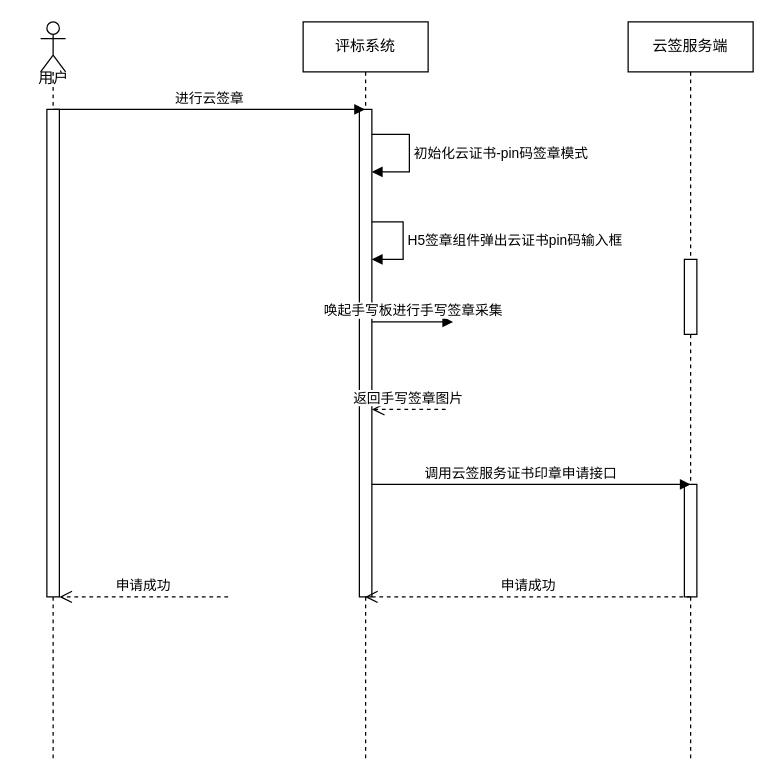
Earlier version of the draw.io diagram 云证书-pin码签章.drawio (ljhaust/studycode). Source tidied: cells renumbered, new cells numbered last; positions are measured from the earlier drawing's top-left corner, leaving out a move shared by most shapes. Both pictures are drawn from the tidied source at 125%, with x=0, y=0 at pixel (21, 21).
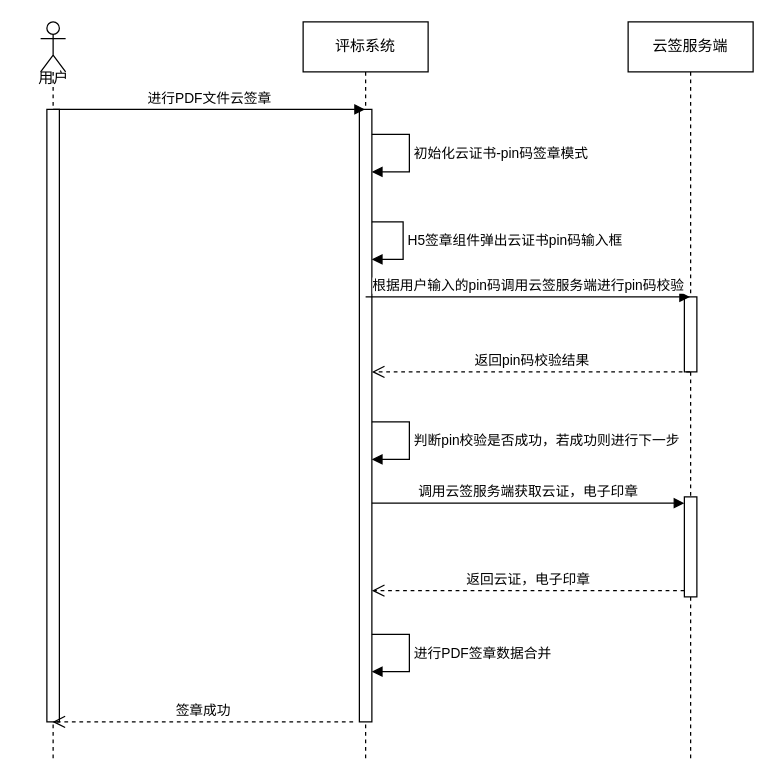
After the change.

Commit message (it also covers changes not shown here):
更新云证书-pin码签章.drawio

The change refers to these unchanged cells:
```xml
<mxCell id="2" value="评标系统" style="shape=umlLifeline;perimeter=lifelinePerimeter;whiteSpace=wrap;html=1;outlineConnect=0;portConstraint=eastwest;newEdgeStyle={&quot;edgeStyle&quot;:&quot;elbowEdgeStyle&quot;,&quot;elbow&quot;:&quot;vertical&quot;,&quot;curved&quot;:0,&quot;rounded&quot;:0};" parent="1" vertex="1">
  <mxGeometry x="225" width="100" height="590" as="geometry" />
</mxCell>
<mxCell id="6" value="云签服务端" style="shape=umlLifeline;perimeter=lifelinePerimeter;whiteSpace=wrap;html=1;outlineConnect=0;portConstraint=eastwest;newEdgeStyle={&quot;edgeStyle&quot;:&quot;elbowEdgeStyle&quot;,&quot;elbow&quot;:&quot;vertical&quot;,&quot;curved&quot;:0,&quot;rounded&quot;:0};" parent="1" vertex="1">
  <mxGeometry x="485" width="100" height="590" as="geometry" />
</mxCell>
<mxCell id="9" style="shape=umlLifeline;perimeter=lifelinePerimeter;whiteSpace=wrap;html=1;outlineConnect=0;portConstraint=eastwest;newEdgeStyle={&quot;edgeStyle&quot;:&quot;elbowEdgeStyle&quot;,&quot;elbow&quot;:&quot;vertical&quot;,&quot;curved&quot;:0,&quot;rounded&quot;:0};participant=umlActor;" parent="1" vertex="1">
  <mxGeometry x="15" width="20" height="590" as="geometry" />
</mxCell>
```

What changed in the source:
```diff
@@
     <mxCell id="3" style="html=1;points=[];perimeter=orthogonalPerimeter;outlineConnect=0;targetShapes=umlLifeline;portConstraint=eastwest;newEdgeStyle={&quot;edgeStyle&quot;:&quot;elbowEdgeStyle&quot;,&quot;elbow&quot;:&quot;vertical&quot;,&quot;curved&quot;:0,&quot;rounded&quot;:0};" parent="2" vertex="1">
-      <mxGeometry x="45" y="70" width="10" height="390" as="geometry" />
+      <mxGeometry x="45" y="70" width="10" height="490" as="geometry" />
     </mxCell>
@@
+    <mxCell id="18" value="判断pin校验是否成功，若成功则进行下一步" style="html=1;align=left;spacingLeft=2;endArrow=block;rounded=0;edgeStyle=orthogonalEdgeStyle;curved=0;rounded=0;" parent="2" edge="1">
+      <mxGeometry relative="1" as="geometry">
+        <mxPoint x="55" y="320" as="sourcePoint" />
+        <mxPoint x="55" y="350" as="targetPoint" />
+        <Array as="points">
+          <mxPoint x="85" y="350" />
+        </Array>
+      </mxGeometry>
+    </mxCell>
+    <mxCell id="19" value="进行PDF签章数据合并" style="html=1;align=left;spacingLeft=2;endArrow=block;rounded=0;edgeStyle=orthogonalEdgeStyle;curved=0;rounded=0;entryX=1;entryY=0.918;entryDx=0;entryDy=0;entryPerimeter=0;" parent="2" edge="1" target="3">
+      <mxGeometry relative="1" as="geometry">
+        <mxPoint x="55" y="490" as="sourcePoint" />
+        <Array as="points">
+          <mxPoint x="85" y="490" />
+          <mxPoint x="85" y="520" />
+        </Array>
+      </mxGeometry>
+    </mxCell>
@@
-    <mxCell id="7" style="html=1;perimeter=orthogonalPerimeter;targetShapes=umlLifeline;newEdgeStyle={&quot;edgeStyle&quot;:&quot;elbowEdgeStyle&quot;,&quot;elbow&quot;:&quot;vertical&quot;,&quot;curved&quot;:0,&quot;rounded&quot;:0};" parent="6" vertex="1">
-      <mxGeometry x="45" y="370" width="10" height="90" as="geometry" />
-    </mxCell>
     <mxCell id="8" style="html=1;perimeter=orthogonalPerimeter;targetShapes=umlLifeline;newEdgeStyle={&quot;edgeStyle&quot;:&quot;elbowEdgeStyle&quot;,&quot;elbow&quot;:&quot;vertical&quot;,&quot;curved&quot;:0,&quot;rounded&quot;:0};" parent="6" vertex="1">
-      <mxGeometry x="45" y="190" width="10" height="60" as="geometry" />
+      <mxGeometry x="45" y="220" width="10" height="60" as="geometry" />
     </mxCell>
+    <mxCell id="20" style="html=1;points=[[0,0,0,0,5],[0,1,0,0,-5],[1,0,0,0,5],[1,1,0,0,-5]];perimeter=orthogonalPerimeter;outlineConnect=0;targetShapes=umlLifeline;portConstraint=eastwest;newEdgeStyle={&quot;curved&quot;:0,&quot;rounded&quot;:0};" parent="6" vertex="1">
+      <mxGeometry x="45" y="380" width="10" height="80" as="geometry" />
+    </mxCell>
@@
     <mxCell id="10" style="html=1;points=[];perimeter=orthogonalPerimeter;outlineConnect=0;targetShapes=umlLifeline;portConstraint=eastwest;newEdgeStyle={&quot;edgeStyle&quot;:&quot;elbowEdgeStyle&quot;,&quot;elbow&quot;:&quot;vertical&quot;,&quot;curved&quot;:0,&quot;rounded&quot;:0};" parent="9" vertex="1">
-      <mxGeometry x="5" y="70" width="10" height="390" as="geometry" />
+      <mxGeometry x="5" y="70" width="10" height="490" as="geometry" />
     </mxCell>
-    <mxCell id="11" value="进行云签章" style="html=1;verticalAlign=bottom;endArrow=block;edgeStyle=elbowEdgeStyle;elbow=vertical;curved=0;rounded=0;" parent="1" edge="1" target="2">
+    <mxCell id="11" value="进行PDF文件云签章" style="html=1;verticalAlign=bottom;endArrow=block;edgeStyle=elbowEdgeStyle;elbow=vertical;curved=0;rounded=0;" parent="1" edge="1" target="2">
       <mxGeometry relative="1" as="geometry">
         <mxPoint x="25" y="70" as="sourcePoint" />
       </mxGeometry>
     </mxCell>
-    <mxCell id="12" value="申请成功" style="html=1;verticalAlign=bottom;endArrow=open;dashed=1;endSize=8;edgeStyle=elbowEdgeStyle;elbow=vertical;curved=0;rounded=0;" parent="1" edge="1" target="10">
-      <mxGeometry relative="1" as="geometry">
-        <mxPoint x="165" y="460" as="sourcePoint" />
-      </mxGeometry>
-    </mxCell>
@@
-    <mxCell id="14" value="申请成功" style="html=1;verticalAlign=bottom;endArrow=open;dashed=1;endSize=8;edgeStyle=elbowEdgeStyle;elbow=vertical;curved=0;rounded=0;" parent="1" edge="1" target="2">
-      <mxGeometry relative="1" as="geometry">
-        <mxPoint x="535" y="460" as="sourcePoint" />
-      </mxGeometry>
-    </mxCell>
-    <mxCell id="15" value="返回手写签章图片" style="html=1;verticalAlign=bottom;endArrow=open;dashed=1;endSize=8;edgeStyle=elbowEdgeStyle;elbow=vertical;curved=0;rounded=0;" parent="1" edge="1" target="3">
+    <mxCell id="15" value="返回pin码校验结果" style="html=1;verticalAlign=bottom;endArrow=open;dashed=1;endSize=8;edgeStyle=elbowEdgeStyle;elbow=vertical;curved=0;rounded=0;" parent="1" edge="1" source="6" target="3">
       <mxGeometry relative="1" as="geometry">
-        <mxPoint x="339" y="310" as="sourcePoint" />
+        <Array as="points">
+          <mxPoint x="405" y="280" />
+        </Array>
       </mxGeometry>
     </mxCell>
-    <mxCell id="16" value="唤起手写板进行手写签章采集" style="html=1;verticalAlign=bottom;endArrow=block;edgeStyle=elbowEdgeStyle;elbow=vertical;curved=0;rounded=0;" parent="1" edge="1" source="3">
-      <mxGeometry relative="1" as="geometry">
-        <mxPoint x="345" y="240" as="targetPoint" />
-      </mxGeometry>
-    </mxCell>
-    <mxCell id="17" value="调用云签服务证书印章申请接口" style="html=1;verticalAlign=bottom;endArrow=block;edgeStyle=elbowEdgeStyle;elbow=vertical;curved=0;rounded=0;" parent="1" edge="1" source="3">
-      <mxGeometry x="-0.07" relative="1" as="geometry">
-        <mxPoint x="535" y="370" as="targetPoint" />
-      </mxGeometry>
-    </mxCell>
+    <mxCell id="21" value="根据用户输入的pin码调用云签服务端进行pin码校验" style="html=1;verticalAlign=bottom;endArrow=block;curved=0;rounded=0;" parent="1" edge="1" target="6">
+      <mxGeometry relative="1" as="geometry">
+        <mxPoint x="275" y="220" as="sourcePoint" />
+      </mxGeometry>
+    </mxCell>
+    <mxCell id="22" value="调用云签服务端获取云证，电子印章" style="html=1;verticalAlign=bottom;endArrow=block;curved=0;rounded=0;entryX=0;entryY=0;entryDx=0;entryDy=5;" parent="1" edge="1" source="3" target="20">
+      <mxGeometry relative="1" as="geometry" />
+    </mxCell>
+    <mxCell id="23" value="返回云证，电子印章" style="html=1;verticalAlign=bottom;endArrow=open;dashed=1;endSize=8;curved=0;rounded=0;exitX=0;exitY=1;exitDx=0;exitDy=-5;" parent="1" edge="1" source="20" target="3">
+      <mxGeometry relative="1" as="geometry" />
+    </mxCell>
+    <mxCell id="24" value="签章成功" style="html=1;verticalAlign=bottom;endArrow=open;dashed=1;endSize=8;curved=0;rounded=0;" parent="1" edge="1" target="9">
+      <mxGeometry relative="1" as="geometry">
+        <mxPoint x="265" y="560" as="sourcePoint" />
+      </mxGeometry>
+    </mxCell>
```
